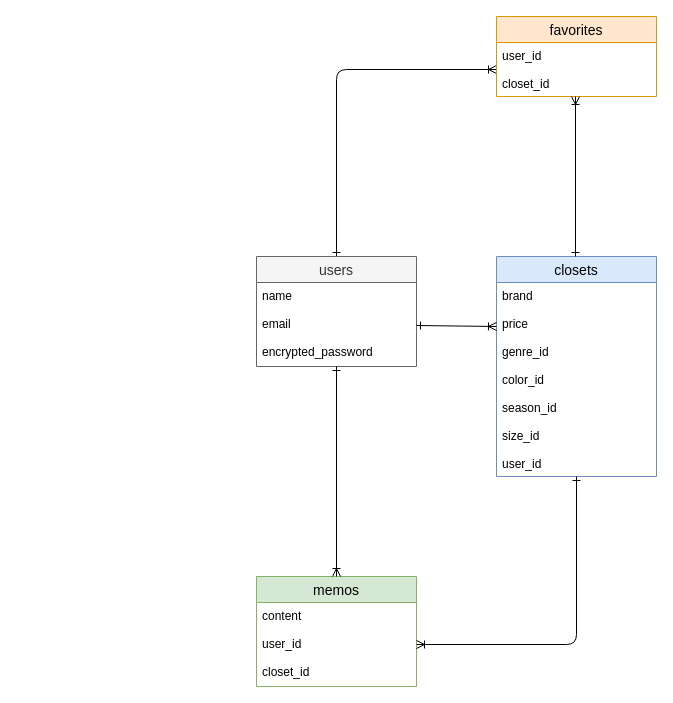
Earlier version of the draw.io diagram ER.dio (Tsukumo290/app-38322). Source tidied: cells renumbered, new cells numbered last; positions are measured from the earlier drawing's top-left corner, leaving out a move shared by most shapes. Both pictures are drawn from the tidied source at 100%, with x=0, y=0 at pixel (256, 16).
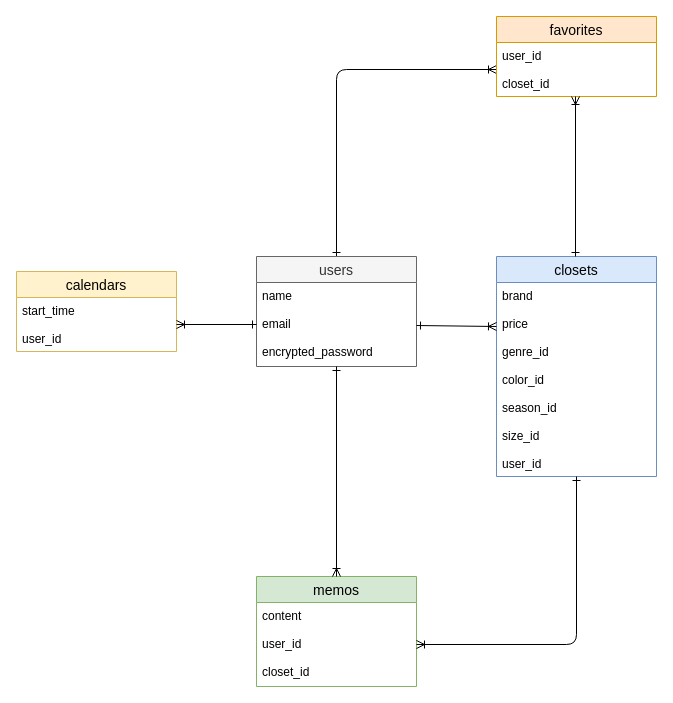
The same diagram, later.

The change refers to these unchanged cells:
```xml
<mxCell id="4" value="name&#10;&#10;email&#10;&#10;encrypted_password" style="text;strokeColor=none;fillColor=none;spacingLeft=4;spacingRight=4;overflow=hidden;points=[[0,0.5],[1,0.5]];portConstraint=eastwest;fontSize=12;" parent="3" vertex="1">
  <mxGeometry y="26" width="160" height="84" as="geometry" />
</mxCell>
```

Change to the diagram source:
```diff
@@
+    <mxCell id="15" value="calendars" style="swimlane;fontStyle=0;horizontal=1;startSize=26;align=center;fontSize=14;fillColor=#fff2cc;strokeColor=#d6b656;" parent="1" vertex="1">
+      <mxGeometry x="-240" y="255" width="160" height="80" as="geometry" />
+    </mxCell>
+    <mxCell id="16" value="start_time&#10;&#10;user_id" style="text;strokeColor=none;fillColor=none;spacingLeft=4;spacingRight=4;overflow=hidden;fontSize=12;" parent="15" vertex="1">
+      <mxGeometry y="26" width="160" height="54" as="geometry" />
+    </mxCell>
+    <mxCell id="17" style="edgeStyle=none;html=1;startArrow=ERone;startFill=0;endArrow=ERoneToMany;endFill=0;" parent="1" edge="1" source="4">
+      <mxGeometry relative="1" as="geometry">
+        <mxPoint x="-80" y="308" as="targetPoint" />
+      </mxGeometry>
+    </mxCell>
```
